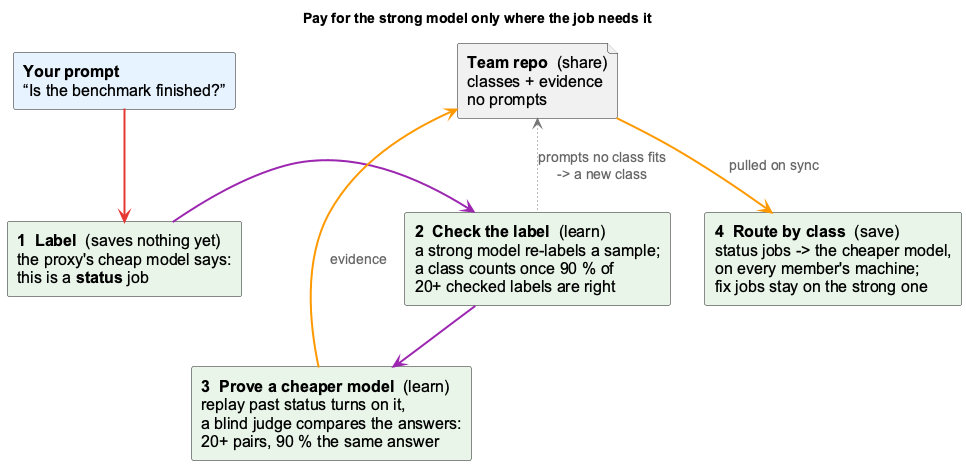
The PlantUML diagram docs-content/images/job-class-at-a-glance.png in fwornle/coding, before a commit.
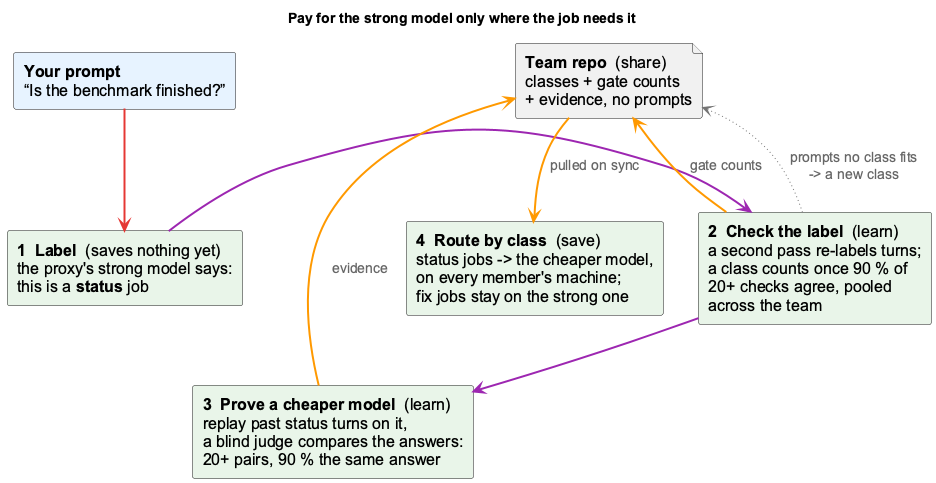
After the change.

The edit, as a diff of the source:
```diff
@@ -9,10 +9,10 @@
 title Pay for the strong model only where the job needs it
 
 component "**Your prompt**\n“Is the benchmark finished?”" as turn <<agent>>
-component "**1  Label**  (saves nothing yet)\nthe proxy's cheap model says:\nthis is a **status** job" as label <<core>>
-component "**2  Check the label**  (learn)\na strong model re-labels a sample;\na class counts once 90 % of\n20+ checked labels are right" as check <<core>>
+component "**1  Label**  (saves nothing yet)\nthe proxy's strong model says:\nthis is a **status** job" as label <<core>>
+component "**2  Check the label**  (learn)\na second pass re-labels turns;\na class counts once 90 % of\n20+ checks agree, pooled\nacross the team" as check <<core>>
 component "**3  Prove a cheaper model**  (learn)\nreplay past status turns on it,\na blind judge compares the answers:\n20+ pairs, 90 % the same answer" as prove <<core>>
-file "**Team repo**  (share)\nclasses + evidence\nno prompts" as repo <<storage>>
+file "**Team repo**  (share)\nclasses + gate counts\n+ evidence, no prompts" as repo <<storage>>
 component "**4  Route by class**  (save)\nstatus jobs -> the cheaper model,\non every member's machine;\nfix jobs stay on the strong one" as route <<core>>
 
 turn -[#E53935,thickness=2]down-> label
@@ -20,6 +20,7 @@
 check -[#9C27B0,thickness=2]down-> prove
 prove -[#FF9800,thickness=2]left-> repo : evidence
 repo -[#FF9800,thickness=2]down-> route : pulled on sync
+check -[#FF9800,thickness=2]up-> repo : gate counts
 check -[#757575,thickness=1,dotted]up-> repo : prompts no class fits\n-> a new class
 
 @enduml
```
